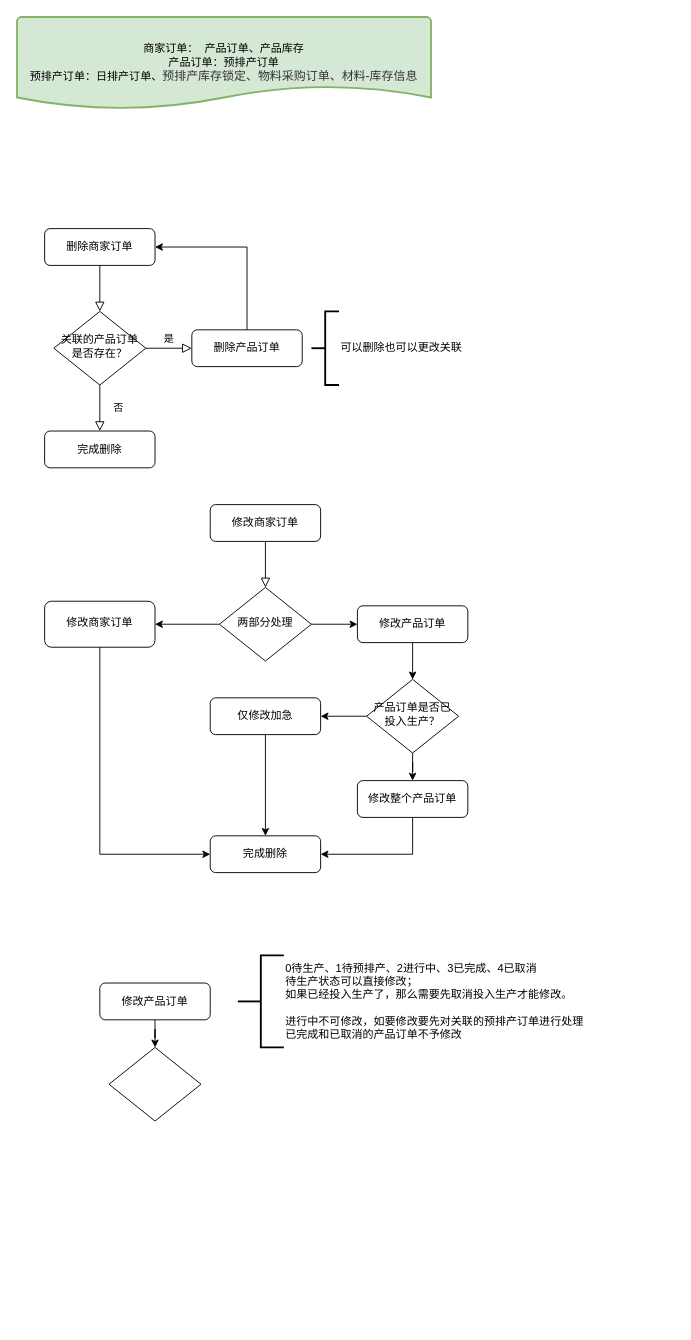
OldQi/first_rpo keeps this draw.io diagram as img/流程图.drawio. Above is the earlier version. Source tidied: cells renumbered, new cells numbered last; positions are measured from the earlier drawing's top-left corner, leaving out a move shared by most shapes. Both pictures are drawn from the tidied source at 92%, with x=0, y=0 at pixel (17, 17).
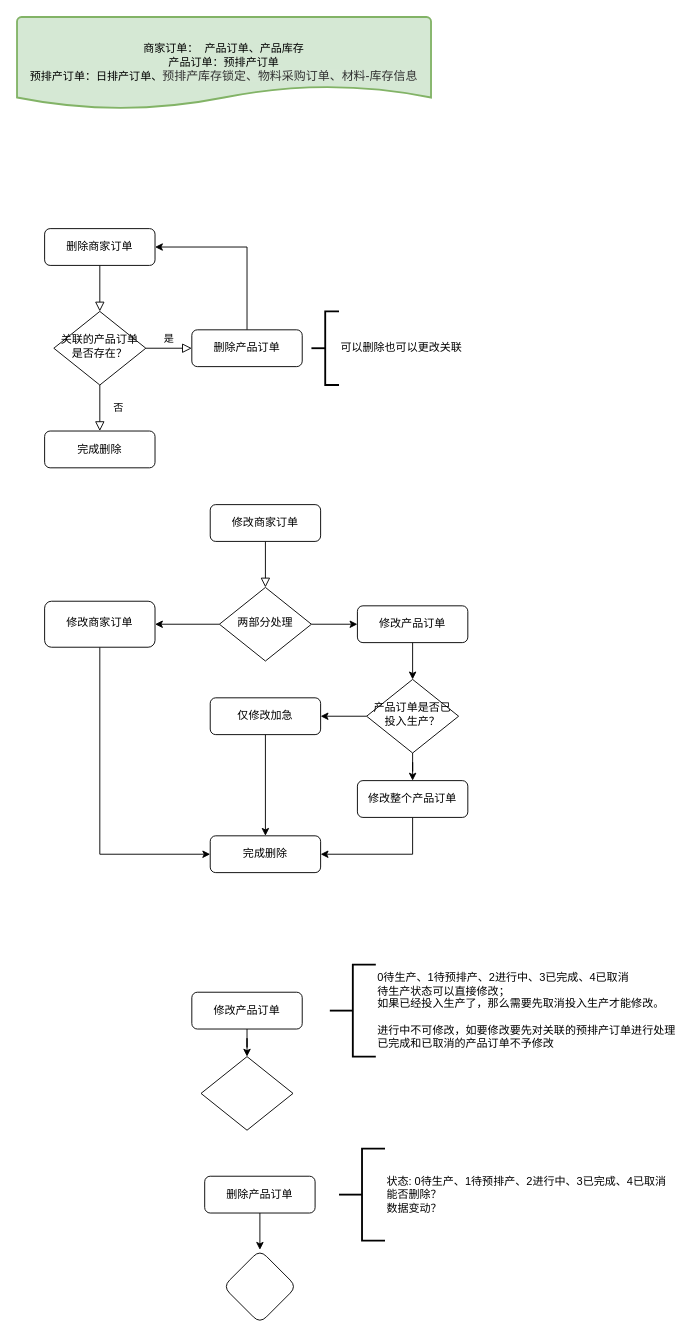
The same diagram, later.

Commit message:
更新流程图.drawio

Diff of the diagram source:
```diff
@@
     <mxCell id="30" value="修改产品订单" style="rounded=1;whiteSpace=wrap;html=1;fontSize=12;glass=0;strokeWidth=1;shadow=0;" parent="1" vertex="1">
-      <mxGeometry x="90" y="1050" width="120" height="40" as="geometry" />
+      <mxGeometry x="190" y="1060" width="120" height="40" as="geometry" />
     </mxCell>
     <mxCell id="31" style="rhombus;whiteSpace=wrap;html=1;shadow=0;fontFamily=Helvetica;fontSize=12;align=center;strokeWidth=1;spacing=6;spacingTop=-4;" parent="1" vertex="1">
-      <mxGeometry x="100" y="1120" width="100" height="80" as="geometry" />
+      <mxGeometry x="200" y="1130" width="100" height="80" as="geometry" />
     </mxCell>
     <mxCell id="32" value="0待生产、1待预排产、2进行中、3已完成、4已取消&lt;br&gt;待生产状态可以直接修改；&lt;br&gt;如果已经投入生产了，那么需要先取消投入生产才能修改。&lt;br&gt;&lt;br&gt;进行中不可修改，如要修改要先对关联的预排产订单进行处理&lt;br&gt;已完成和已取消的产品订单不予修改" style="strokeWidth=2;html=1;shape=mxgraph.flowchart.annotation_2;align=left;labelPosition=right;" parent="1" vertex="1">
-      <mxGeometry x="240" y="1020" width="50" height="100" as="geometry" />
+      <mxGeometry x="340" y="1030" width="50" height="100" as="geometry" />
     </mxCell>
+    <mxCell id="33" style="edgeStyle=orthogonalEdgeStyle;rounded=0;jettySize=auto;html=1;" parent="1" edge="1" source="34" target="35">
+      <mxGeometry relative="1" as="geometry" />
+    </mxCell>
+    <mxCell id="34" value="删除产品订单" style="rounded=1;whiteSpace=wrap;html=1;fontSize=12;glass=0;strokeWidth=1;shadow=0;" parent="1" vertex="1">
+      <mxGeometry x="204" y="1260" width="120" height="40" as="geometry" />
+    </mxCell>
+    <mxCell id="35" style="rhombus;whiteSpace=wrap;html=1;rounded=1;glass=0;strokeWidth=1;shadow=0;" parent="1" vertex="1">
+      <mxGeometry x="224" y="1340" width="80" height="80" as="geometry" />
+    </mxCell>
+    <mxCell id="36" value="状态: 0待生产、1待预排产、2进行中、3已完成、4已取消&lt;br&gt;能否删除？&lt;br&gt;数据变动？" style="strokeWidth=2;html=1;shape=mxgraph.flowchart.annotation_2;align=left;labelPosition=right;" parent="1" vertex="1">
+      <mxGeometry x="350" y="1230" width="50" height="100" as="geometry" />
+    </mxCell>
```
